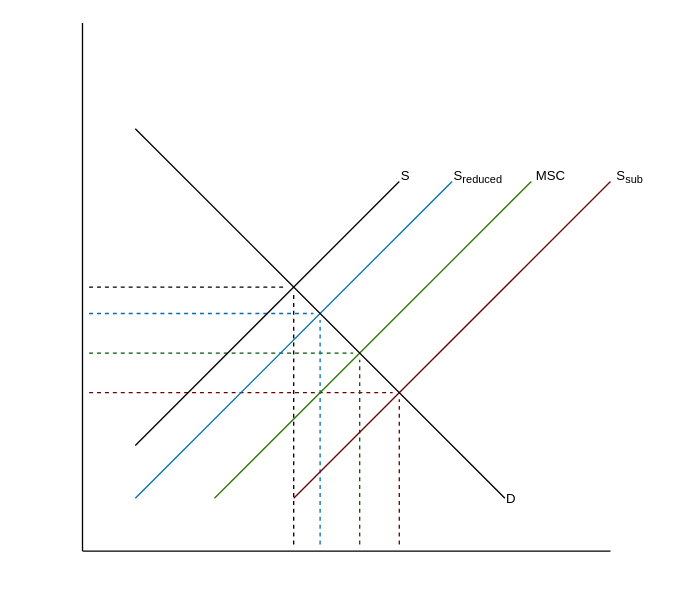
The draw.io diagram Diagramma bez nosaukuma.drawio in MareksNo/Chat-Application, before the edit. Source tidied: cells renumbered, new cells numbered last; positions are measured from the earlier drawing's top-left corner, leaving out a move shared by most shapes. Both pictures are drawn from the tidied source at 132%, with x=0, y=0 at pixel (82, 22).
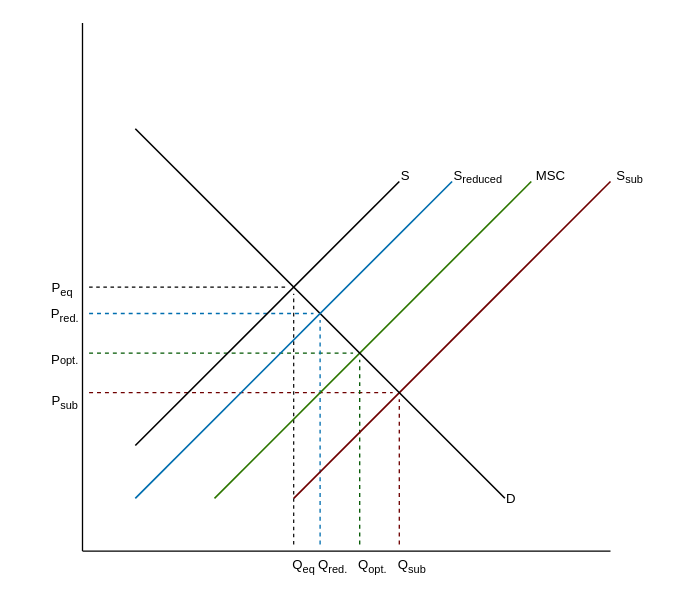
The same diagram, later.

Diff of the diagram source:
```diff
@@
-    <mxCell id="2" style="endArrow=none;dashed=1;html=1;rounded=0;" parent="1" edge="1">
+    <mxCell id="2" style="endArrow=none;dashed=1;html=1;rounded=0;strokeWidth=0.9;" parent="1" edge="1">
       <mxGeometry relative="1" as="geometry">
         <mxPoint x="160" y="395" as="sourcePoint" />
         <mxPoint x="160" y="205" as="targetPoint" />
       </mxGeometry>
     </mxCell>
@@
-    <mxCell id="12" style="endArrow=none;dashed=1;html=1;rounded=0;" parent="1" edge="1">
+    <mxCell id="12" style="endArrow=none;dashed=1;html=1;rounded=0;strokeWidth=0.9;" parent="1" edge="1">
       <mxGeometry relative="1" as="geometry">
         <mxPoint x="5" y="200" as="sourcePoint" />
         <mxPoint x="155" y="200" as="targetPoint" />
       </mxGeometry>
     </mxCell>
@@
-    <mxCell id="17" style="endArrow=none;html=1;rounded=0;fillColor=#1ba1e2;strokeColor=#006EAF;" parent="1" edge="1">
-      <mxGeometry relative="1" as="geometry">
-        <mxPoint x="40" y="360" as="sourcePoint" />
-        <mxPoint x="280" y="120" as="targetPoint" />
-      </mxGeometry>
-    </mxCell>
-    <mxCell id="18" style="endArrow=none;html=1;rounded=0;" parent="1" edge="1">
+    <mxCell id="18" style="endArrow=none;html=1;rounded=0;endSize=6;strokeWidth=1.2;" parent="1" edge="1">
       <mxGeometry relative="1" as="geometry">
         <mxPoint x="40" y="320" as="sourcePoint" />
         <mxPoint x="240" y="120" as="targetPoint" />
       </mxGeometry>
     </mxCell>
-    <mxCell id="19" style="endArrow=none;html=1;rounded=0;fillColor=#60a917;strokeColor=#2D7600;" parent="1" edge="1">
+    <mxCell id="19" style="endArrow=none;html=1;rounded=0;fillColor=#60a917;strokeColor=#2D7600;endSize=6;strokeWidth=1.25;" parent="1" edge="1">
       <mxGeometry relative="1" as="geometry">
         <mxPoint x="100" y="360" as="sourcePoint" />
         <mxPoint x="340" y="120" as="targetPoint" />
       </mxGeometry>
     </mxCell>
-    <mxCell id="20" style="endArrow=none;html=1;rounded=0;fillColor=#a20025;strokeColor=#6F0000;" parent="1" edge="1">
+    <mxCell id="20" style="endArrow=none;html=1;rounded=0;fillColor=#a20025;strokeColor=#6F0000;endSize=6;strokeWidth=1.25;" parent="1" edge="1">
       <mxGeometry relative="1" as="geometry">
         <mxPoint x="160" y="360" as="sourcePoint" />
         <mxPoint x="400" y="120" as="targetPoint" />
       </mxGeometry>
     </mxCell>
-    <mxCell id="21" style="endArrow=none;html=1;rounded=0;" parent="1" edge="1">
+    <mxCell id="21" style="endArrow=none;html=1;rounded=0;endSize=6;strokeWidth=1.2;" parent="1" edge="1">
       <mxGeometry relative="1" as="geometry">
         <mxPoint x="40" y="80" as="sourcePoint" />
         <mxPoint x="320" y="360" as="targetPoint" />
       </mxGeometry>
     </mxCell>
+    <mxCell id="17" style="endArrow=none;html=1;rounded=0;fillColor=#1ba1e2;strokeColor=#006EAF;endSize=6;strokeWidth=1.25;" parent="1" edge="1">
+      <mxGeometry relative="1" as="geometry">
+        <mxPoint x="40" y="360" as="sourcePoint" />
+        <mxPoint x="280" y="120" as="targetPoint" />
+      </mxGeometry>
+    </mxCell>
+    <mxCell id="22" value="&lt;span style=&quot;font-size: 10px;&quot;&gt;Q&lt;sub&gt;sub&lt;/sub&gt;&lt;/span&gt;" style="text;html=1;strokeColor=none;fillColor=none;align=center;verticalAlign=middle;whiteSpace=wrap;rounded=0;" parent="1" vertex="1">
+      <mxGeometry x="220" y="395" width="60" height="30" as="geometry" />
+    </mxCell>
+    <mxCell id="23" value="&lt;span style=&quot;font-size: 10px;&quot;&gt;Q&lt;sub&gt;opt.&lt;/sub&gt;&lt;/span&gt;" style="text;html=1;strokeColor=none;fillColor=none;align=center;verticalAlign=middle;whiteSpace=wrap;rounded=0;" parent="1" vertex="1">
+      <mxGeometry x="190" y="395" width="60" height="30" as="geometry" />
+    </mxCell>
+    <mxCell id="24" value="&lt;span style=&quot;font-size: 10px;&quot;&gt;Q&lt;sub&gt;red.&lt;/sub&gt;&lt;/span&gt;" style="text;html=1;strokeColor=none;fillColor=none;align=center;verticalAlign=middle;whiteSpace=wrap;rounded=0;" parent="1" vertex="1">
+      <mxGeometry x="160" y="395" width="60" height="30" as="geometry" />
+    </mxCell>
+    <mxCell id="25" value="&lt;span style=&quot;font-size: 10px;&quot;&gt;Q&lt;sub&gt;eq&lt;/sub&gt;&lt;/span&gt;" style="text;html=1;strokeColor=none;fillColor=none;align=center;verticalAlign=middle;whiteSpace=wrap;rounded=0;" parent="1" vertex="1">
+      <mxGeometry x="138" y="395" width="60" height="30" as="geometry" />
+    </mxCell>
+    <mxCell id="26" value="&lt;span style=&quot;font-size: 10px;&quot;&gt;P&lt;sub&gt;sub&lt;/sub&gt;&lt;/span&gt;" style="text;html=1;strokeColor=none;fillColor=none;align=center;verticalAlign=middle;whiteSpace=wrap;rounded=0;" parent="1" vertex="1">
+      <mxGeometry x="-43" y="271" width="60" height="30" as="geometry" />
+    </mxCell>
+    <mxCell id="27" value="&lt;span style=&quot;font-size: 10px;&quot;&gt;P&lt;/span&gt;&lt;span style=&quot;font-size: 8.33333px;&quot;&gt;opt.&lt;/span&gt;" style="text;html=1;strokeColor=none;fillColor=none;align=center;verticalAlign=middle;whiteSpace=wrap;rounded=0;" parent="1" vertex="1">
+      <mxGeometry x="-43" y="240" width="60" height="30" as="geometry" />
+    </mxCell>
+    <mxCell id="28" value="&lt;span style=&quot;font-size: 10px;&quot;&gt;P&lt;sub&gt;red.&lt;/sub&gt;&lt;/span&gt;" style="text;html=1;strokeColor=none;fillColor=none;align=center;verticalAlign=middle;whiteSpace=wrap;rounded=0;" parent="1" vertex="1">
+      <mxGeometry x="-43" y="205" width="60" height="30" as="geometry" />
+    </mxCell>
+    <mxCell id="29" value="&lt;span style=&quot;font-size: 10px;&quot;&gt;P&lt;sub&gt;eq&lt;/sub&gt;&lt;/span&gt;" style="text;html=1;strokeColor=none;fillColor=none;align=center;verticalAlign=middle;whiteSpace=wrap;rounded=0;" parent="1" vertex="1">
+      <mxGeometry x="-45" y="185" width="60" height="30" as="geometry" />
+    </mxCell>
```
